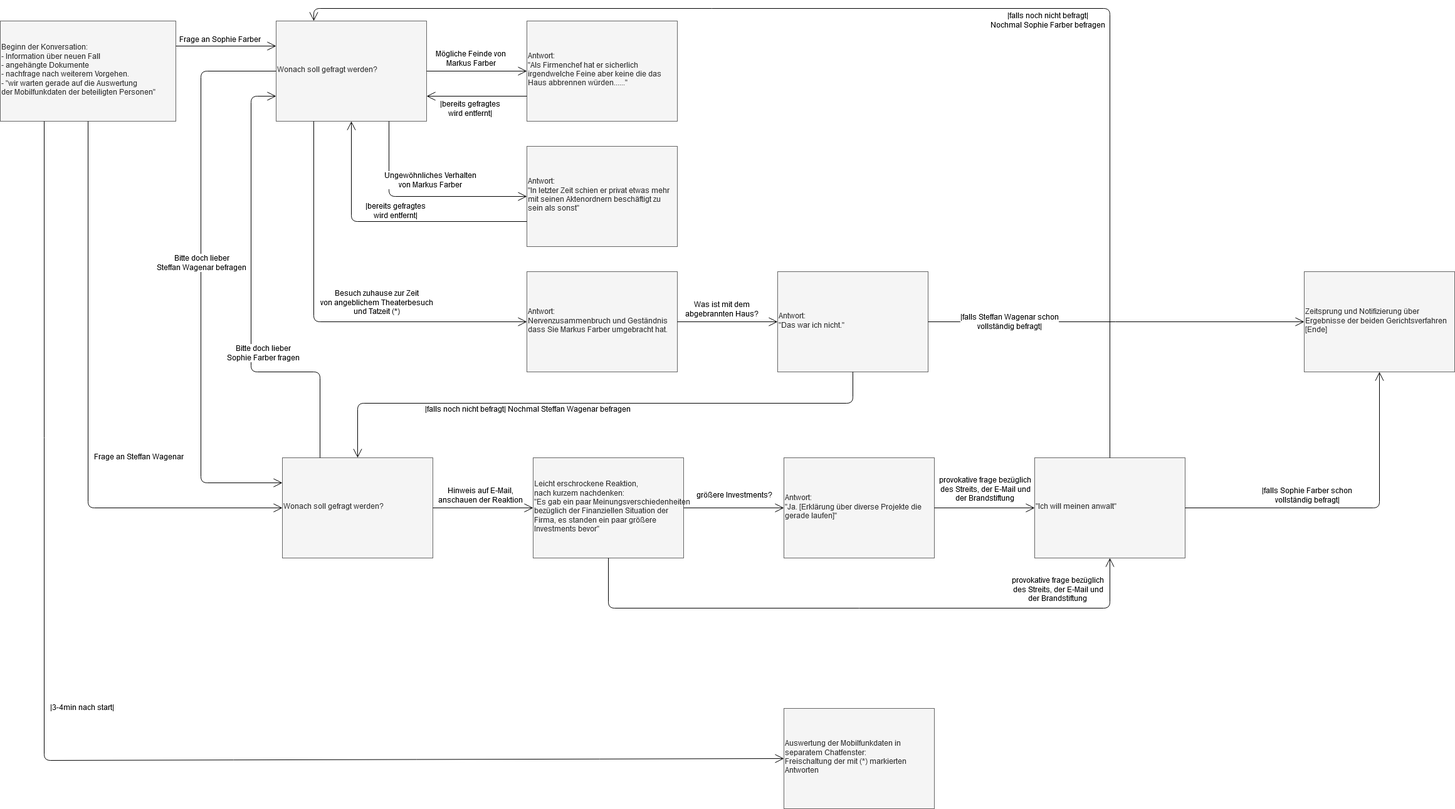
Before: Detektivstory Entscheidungsbaum.png, a diagram exported from draw.io (J2T2B/Componentware). Source tidied: cells renumbered, new cells last; positions are measured from the earlier drawing's top-left corner, leaving out a move shared by most shapes. The source it was exported from:
```xml
<mxGraphModel>
  <root>
    <mxCell id="0" />
    <mxCell id="1" parent="0" />
    <mxCell id="2" value="&lt;div align=&quot;left&quot;&gt;Beginn der Konversation:&lt;/div&gt;&lt;div align=&quot;left&quot;&gt;- Information über neuen Fall&lt;/div&gt;&lt;div align=&quot;left&quot;&gt;- angehängte Dokumente&lt;/div&gt;&lt;div align=&quot;left&quot;&gt;- nachfrage nach weiterem Vorgehen.&lt;/div&gt;&lt;div align=&quot;left&quot;&gt;- &quot;wir warten gerade auf die Auswertung&lt;/div&gt;&lt;div align=&quot;left&quot;&gt;der Mobilfunkdaten der beteiligten Personen&quot;&lt;br&gt;&lt;/div&gt;" style="html=1;shadow=0;align=left;fillColor=#f5f5f5;strokeColor=#666666;fontColor=#333333;" parent="1" vertex="1">
      <mxGeometry y="20" width="280" height="160" as="geometry" />
    </mxCell>
    <mxCell id="3" value="Wonach soll gefragt werden?" style="html=1;shadow=0;align=left;fillColor=#f5f5f5;strokeColor=#666666;fontColor=#333333;" parent="1" vertex="1">
      <mxGeometry x="440" y="20" width="240" height="160" as="geometry" />
    </mxCell>
    <mxCell id="4" style="endArrow=open;endFill=1;endSize=12;html=1;exitX=1;exitY=0.25;exitDx=0;exitDy=0;entryX=0;entryY=0.25;entryDx=0;entryDy=0;" parent="1" edge="1" source="2" target="3">
      <mxGeometry relative="1" as="geometry" />
    </mxCell>
    <mxCell id="5" value="&lt;div&gt;Frage an Sophie Farber&lt;br&gt;&lt;/div&gt;" style="text;html=1;align=center;verticalAlign=middle;labelBackgroundColor=#ffffff;" parent="4" vertex="1">
      <mxGeometry x="-0.33" relative="1" as="geometry">
        <mxPoint x="16" y="-10" as="offset" />
      </mxGeometry>
    </mxCell>
    <mxCell id="6" value="Wonach soll gefragt werden?" style="html=1;shadow=0;align=left;fillColor=#f5f5f5;strokeColor=#666666;fontColor=#333333;" parent="1" vertex="1">
      <mxGeometry x="450" y="717" width="240" height="160" as="geometry" />
    </mxCell>
    <mxCell id="7" style="endArrow=open;endFill=1;endSize=12;html=1;exitX=0.5;exitY=1;exitDx=0;exitDy=0;entryX=0;entryY=0.5;entryDx=0;entryDy=0;" parent="1" edge="1" source="2" target="6">
      <mxGeometry relative="1" as="geometry">
        <Array as="points">
          <mxPoint x="140" y="797" />
        </Array>
      </mxGeometry>
    </mxCell>
    <mxCell id="8" value="&lt;div&gt;Frage an Steffan Wagenar&lt;br&gt;&lt;/div&gt;" style="text;html=1;align=center;verticalAlign=middle;labelBackgroundColor=#ffffff;" parent="7" vertex="1">
      <mxGeometry x="-0.33" relative="1" as="geometry">
        <mxPoint x="80" y="223.5" as="offset" />
      </mxGeometry>
    </mxCell>
    <mxCell id="9" value="&lt;div&gt;Antwort:&lt;/div&gt;&lt;div&gt;&quot;Als Firmenchef hat er sicherlich&lt;/div&gt;&lt;div&gt;irgendwelche Feine aber keine die das&lt;/div&gt;&lt;div&gt;Haus abbrennen würden......&quot;&lt;br&gt;&lt;/div&gt;" style="html=1;shadow=0;align=left;fillColor=#f5f5f5;strokeColor=#666666;fontColor=#333333;" parent="1" vertex="1">
      <mxGeometry x="840" y="20" width="240" height="160" as="geometry" />
    </mxCell>
    <mxCell id="10" style="endArrow=open;endFill=1;endSize=12;html=1;entryX=0;entryY=0.5;entryDx=0;entryDy=0;exitX=1;exitY=0.5;exitDx=0;exitDy=0;" parent="1" edge="1" source="3" target="9">
      <mxGeometry relative="1" as="geometry" />
    </mxCell>
    <mxCell id="11" value="&lt;div&gt;Mögliche Feinde von&lt;/div&gt;&lt;div&gt;Markus Farber&lt;/div&gt;" style="text;html=1;align=center;verticalAlign=middle;labelBackgroundColor=#ffffff;" parent="10" vertex="1">
      <mxGeometry x="-0.33" relative="1" as="geometry">
        <mxPoint x="16" y="-20" as="offset" />
      </mxGeometry>
    </mxCell>
    <mxCell id="12" style="endArrow=open;endFill=1;endSize=12;html=1;exitX=0.75;exitY=1;exitDx=0;exitDy=0;entryX=0;entryY=0.5;entryDx=0;entryDy=0;" parent="1" edge="1" source="3" target="14">
      <mxGeometry relative="1" as="geometry">
        <Array as="points">
          <mxPoint x="620" y="300" />
        </Array>
      </mxGeometry>
    </mxCell>
    <mxCell id="13" value="&lt;div&gt;Ungewöhnliches Verhalten&lt;/div&gt;&lt;div&gt;von Markus Farber&lt;/div&gt;" style="text;html=1;align=center;verticalAlign=middle;labelBackgroundColor=#ffffff;" parent="12" vertex="1">
      <mxGeometry x="-0.33" relative="1" as="geometry">
        <mxPoint x="65" y="-20" as="offset" />
      </mxGeometry>
    </mxCell>
    <mxCell id="14" value="&lt;div&gt;Antwort:&lt;/div&gt;&lt;div&gt;&quot;In letzter Zeit schien er privat etwas mehr&lt;/div&gt;&lt;div&gt;mit seinen Aktenordnern beschäftigt zu&lt;/div&gt;&lt;div&gt;sein als sonst&quot;&lt;br&gt;&lt;/div&gt;" style="html=1;shadow=0;align=left;fillColor=#f5f5f5;strokeColor=#666666;fontColor=#333333;" parent="1" vertex="1">
      <mxGeometry x="840" y="220" width="240" height="160" as="geometry" />
    </mxCell>
    <mxCell id="15" value="&lt;div&gt;Leicht erschrockene Reaktion,&lt;/div&gt;&lt;div&gt;nach kurzem nachdenken:&lt;br&gt;&lt;/div&gt;&lt;div&gt;&quot;Es gab ein paar Meinungsverschiedenheiten&lt;/div&gt;&lt;div&gt;bezüglich der Finanziellen Situation der&lt;/div&gt;&lt;div&gt;Firma, es standen ein paar größere&lt;/div&gt;&lt;div&gt;Investments bevor&quot;&lt;br&gt;&lt;/div&gt;" style="html=1;shadow=0;align=left;fillColor=#f5f5f5;strokeColor=#666666;fontColor=#333333;" parent="1" vertex="1">
      <mxGeometry x="850" y="717" width="240" height="160" as="geometry" />
    </mxCell>
    <mxCell id="16" style="endArrow=open;endFill=1;endSize=12;html=1;exitX=1;exitY=0.5;exitDx=0;exitDy=0;entryX=0;entryY=0.5;entryDx=0;entryDy=0;" parent="1" edge="1" source="6" target="15">
      <mxGeometry relative="1" as="geometry" />
    </mxCell>
    <mxCell id="17" value="&lt;div&gt;Hinweis auf E-Mail,&lt;/div&gt;&lt;div&gt;anschauen der Reaktion&lt;br&gt;&lt;/div&gt;" style="text;html=1;align=center;verticalAlign=middle;labelBackgroundColor=#ffffff;" parent="16" vertex="1">
      <mxGeometry x="-0.33" relative="1" as="geometry">
        <mxPoint x="21" y="-20" as="offset" />
      </mxGeometry>
    </mxCell>
    <mxCell id="18" value="&lt;div&gt;Auswertung der Mobilfunkdaten in&lt;/div&gt;&lt;div&gt;separatem Chatfenster:&lt;/div&gt;&lt;div&gt;Freischaltung der mit (*) markierten&lt;/div&gt;&lt;div&gt;Antworten&lt;br&gt;&lt;/div&gt;" style="html=1;shadow=0;align=left;fillColor=#f5f5f5;strokeColor=#666666;fontColor=#333333;" parent="1" vertex="1">
      <mxGeometry x="1250" y="1117" width="240" height="160" as="geometry" />
    </mxCell>
    <mxCell id="19" style="endArrow=open;endFill=1;endSize=12;html=1;exitX=0.25;exitY=1;exitDx=0;exitDy=0;entryX=0;entryY=0.5;entryDx=0;entryDy=0;" parent="1" edge="1" source="2" target="18">
      <mxGeometry relative="1" as="geometry">
        <Array as="points">
          <mxPoint x="70" y="1200" />
        </Array>
      </mxGeometry>
    </mxCell>
    <mxCell id="20" value="|3-4min nach start|" style="text;html=1;align=center;verticalAlign=middle;labelBackgroundColor=#ffffff;" parent="19" vertex="1">
      <mxGeometry x="-0.33" relative="1" as="geometry">
        <mxPoint x="60" y="194" as="offset" />
      </mxGeometry>
    </mxCell>
    <mxCell id="21" style="endArrow=open;endFill=1;endSize=12;html=1;entryX=1;entryY=0.75;entryDx=0;entryDy=0;exitX=0;exitY=0.75;exitDx=0;exitDy=0;" parent="1" edge="1" source="9" target="3">
      <mxGeometry relative="1" as="geometry" />
    </mxCell>
    <mxCell id="22" value="&lt;div&gt;|bereits gefragtes&lt;/div&gt;&lt;div&gt;wird entfernt|&lt;/div&gt;" style="text;html=1;align=center;verticalAlign=middle;labelBackgroundColor=#ffffff;" parent="21" vertex="1">
      <mxGeometry x="0.41" y="1" relative="1" as="geometry">
        <mxPoint x="23" y="19" as="offset" />
      </mxGeometry>
    </mxCell>
    <mxCell id="23" style="endArrow=open;endFill=1;endSize=12;html=1;entryX=0.5;entryY=1;entryDx=0;entryDy=0;exitX=0;exitY=0.75;exitDx=0;exitDy=0;" parent="1" edge="1" source="14" target="3">
      <mxGeometry relative="1" as="geometry">
        <Array as="points">
          <mxPoint x="560" y="340" />
        </Array>
      </mxGeometry>
    </mxCell>
    <mxCell id="24" value="&lt;div&gt;|bereits gefragtes&lt;/div&gt;&lt;div&gt;wird entfernt|&lt;/div&gt;" style="text;html=1;align=center;verticalAlign=middle;labelBackgroundColor=#ffffff;" parent="23" vertex="1">
      <mxGeometry x="0.41" y="1" relative="1" as="geometry">
        <mxPoint x="71" y="13" as="offset" />
      </mxGeometry>
    </mxCell>
    <mxCell id="25" value="&lt;div&gt;Antwort:&lt;/div&gt;&lt;div&gt;Nervenzusammenbruch und Geständnis&lt;/div&gt;&lt;div&gt;dass Sie Markus Farber umgebracht hat.&lt;br&gt;&lt;/div&gt;" style="html=1;shadow=0;align=left;fillColor=#f5f5f5;strokeColor=#666666;fontColor=#333333;" parent="1" vertex="1">
      <mxGeometry x="840" y="420" width="240" height="160" as="geometry" />
    </mxCell>
    <mxCell id="26" style="endArrow=open;endFill=1;endSize=12;html=1;exitX=0.25;exitY=1;exitDx=0;exitDy=0;entryX=0;entryY=0.5;entryDx=0;entryDy=0;" parent="1" edge="1" source="3" target="25">
      <mxGeometry relative="1" as="geometry">
        <Array as="points">
          <mxPoint x="500" y="500" />
        </Array>
      </mxGeometry>
    </mxCell>
    <mxCell id="27" value="&lt;div&gt;Besuch zuhause zur Zeit&lt;/div&gt;&lt;div&gt;von angeblichem Theaterbesuch&lt;/div&gt;&lt;div&gt;und Tatzeit (*)&lt;br&gt;&lt;/div&gt;" style="text;html=1;align=center;verticalAlign=middle;labelBackgroundColor=#ffffff;" parent="26" vertex="1">
      <mxGeometry x="-0.33" relative="1" as="geometry">
        <mxPoint x="100" y="67.5" as="offset" />
      </mxGeometry>
    </mxCell>
    <mxCell id="28" style="endArrow=open;endFill=1;endSize=12;html=1;exitX=0;exitY=0.5;exitDx=0;exitDy=0;entryX=0;entryY=0.25;entryDx=0;entryDy=0;" parent="1" edge="1" source="3" target="6">
      <mxGeometry relative="1" as="geometry">
        <Array as="points">
          <mxPoint x="320" y="100" />
          <mxPoint x="320" y="757" />
        </Array>
      </mxGeometry>
    </mxCell>
    <mxCell id="29" value="&lt;div&gt;Bitte doch lieber&lt;/div&gt;&lt;div&gt;Steffan Wagenar befragen&lt;/div&gt;" style="text;html=1;align=center;verticalAlign=middle;labelBackgroundColor=#ffffff;" parent="28" vertex="1">
      <mxGeometry x="-0.33" relative="1" as="geometry">
        <mxPoint y="120" as="offset" />
      </mxGeometry>
    </mxCell>
    <mxCell id="30" style="endArrow=open;endFill=1;endSize=12;html=1;exitX=0.25;exitY=0;exitDx=0;exitDy=0;entryX=0;entryY=0.75;entryDx=0;entryDy=0;" parent="1" edge="1" source="6" target="3">
      <mxGeometry relative="1" as="geometry">
        <Array as="points">
          <mxPoint x="510" y="580" />
          <mxPoint x="400" y="580" />
          <mxPoint x="400" y="140" />
        </Array>
      </mxGeometry>
    </mxCell>
    <mxCell id="31" value="&lt;div&gt;Bitte doch lieber&lt;/div&gt;&lt;div&gt;Sophie Farber fragen&lt;br&gt;&lt;/div&gt;" style="text;html=1;align=center;verticalAlign=middle;labelBackgroundColor=#ffffff;" parent="30" vertex="1">
      <mxGeometry x="-0.33" relative="1" as="geometry">
        <mxPoint x="18" y="-30" as="offset" />
      </mxGeometry>
    </mxCell>
    <mxCell id="32" style="endArrow=open;endFill=1;endSize=12;html=1;exitX=1;exitY=0.5;exitDx=0;exitDy=0;entryX=0;entryY=0.5;entryDx=0;entryDy=0;" parent="1" edge="1" source="25" target="34">
      <mxGeometry relative="1" as="geometry" />
    </mxCell>
    <mxCell id="33" value="&lt;div&gt;Was ist mit dem&lt;/div&gt;&lt;div&gt;abgebrannten Haus?&lt;br&gt;&lt;/div&gt;" style="text;html=1;align=center;verticalAlign=middle;labelBackgroundColor=#ffffff;" parent="32" vertex="1">
      <mxGeometry x="-0.33" relative="1" as="geometry">
        <mxPoint x="16" y="-20" as="offset" />
      </mxGeometry>
    </mxCell>
    <mxCell id="34" value="&lt;div&gt;Antwort:&lt;/div&gt;&lt;div&gt;&quot;Das war ich nicht.&quot;&lt;br&gt;&lt;/div&gt;" style="html=1;shadow=0;align=left;fillColor=#f5f5f5;strokeColor=#666666;fontColor=#333333;" parent="1" vertex="1">
      <mxGeometry x="1240" y="420" width="240" height="160" as="geometry" />
    </mxCell>
    <mxCell id="35" style="endArrow=open;endFill=1;endSize=12;html=1;exitX=0.5;exitY=1;exitDx=0;exitDy=0;entryX=0.5;entryY=0;entryDx=0;entryDy=0;" parent="1" edge="1" source="34" target="6">
      <mxGeometry relative="1" as="geometry">
        <Array as="points">
          <mxPoint x="1360" y="630" />
          <mxPoint x="570" y="630" />
        </Array>
      </mxGeometry>
    </mxCell>
    <mxCell id="36" value="|falls noch nicht befragt| Nochmal Steffan Wagenar befragen" style="text;html=1;align=center;verticalAlign=middle;labelBackgroundColor=#ffffff;" parent="35" vertex="1">
      <mxGeometry x="-0.33" relative="1" as="geometry">
        <mxPoint x="-257" y="10" as="offset" />
      </mxGeometry>
    </mxCell>
    <mxCell id="37" style="endArrow=open;endFill=1;endSize=12;html=1;exitX=1;exitY=0.5;exitDx=0;exitDy=0;entryX=0;entryY=0.5;entryDx=0;entryDy=0;" parent="1" edge="1" source="15" target="39">
      <mxGeometry relative="1" as="geometry" />
    </mxCell>
    <mxCell id="38" value="größere Investments?" style="text;html=1;align=center;verticalAlign=middle;labelBackgroundColor=#ffffff;" parent="37" vertex="1">
      <mxGeometry x="-0.33" relative="1" as="geometry">
        <mxPoint x="26" y="-20" as="offset" />
      </mxGeometry>
    </mxCell>
    <mxCell id="39" value="&lt;div&gt;Antwort:&lt;/div&gt;&lt;div&gt;&quot;Ja. [Erklärung über diverse Projekte die&lt;/div&gt;&lt;div&gt;gerade laufen]&quot;&lt;br&gt;&lt;/div&gt;" style="html=1;shadow=0;align=left;fillColor=#f5f5f5;strokeColor=#666666;fontColor=#333333;" parent="1" vertex="1">
      <mxGeometry x="1250" y="717" width="240" height="160" as="geometry" />
    </mxCell>
    <mxCell id="40" value="&quot;Ich will meinen anwalt&quot;" style="html=1;shadow=0;align=left;fillColor=#f5f5f5;strokeColor=#666666;fontColor=#333333;" parent="1" vertex="1">
      <mxGeometry x="1650" y="717" width="240" height="160" as="geometry" />
    </mxCell>
    <mxCell id="41" style="endArrow=open;endFill=1;endSize=12;html=1;exitX=1;exitY=0.5;exitDx=0;exitDy=0;entryX=0;entryY=0.5;entryDx=0;entryDy=0;" parent="1" edge="1" source="39" target="40">
      <mxGeometry relative="1" as="geometry" />
    </mxCell>
    <mxCell id="42" value="&lt;div&gt;provokative frage bezüglich&lt;/div&gt;&lt;div&gt;des Streits, der E-Mail und&lt;/div&gt;&lt;div&gt;der Brandstiftung&lt;br&gt;&lt;/div&gt;" style="text;html=1;align=center;verticalAlign=middle;labelBackgroundColor=#ffffff;" parent="41" vertex="1">
      <mxGeometry x="-0.33" relative="1" as="geometry">
        <mxPoint x="26" y="-30" as="offset" />
      </mxGeometry>
    </mxCell>
    <mxCell id="43" style="endArrow=open;endFill=1;endSize=12;html=1;exitX=0.5;exitY=1;exitDx=0;exitDy=0;entryX=0.5;entryY=1;entryDx=0;entryDy=0;" parent="1" edge="1" source="15" target="40">
      <mxGeometry relative="1" as="geometry">
        <Array as="points">
          <mxPoint x="970" y="957" />
          <mxPoint x="1770" y="957" />
        </Array>
      </mxGeometry>
    </mxCell>
    <mxCell id="44" value="&lt;div&gt;provokative frage bezüglich&lt;/div&gt;&lt;div&gt;des Streits, der E-Mail und&lt;/div&gt;&lt;div&gt;der Brandstiftung&lt;br&gt;&lt;/div&gt;" style="text;html=1;align=center;verticalAlign=middle;labelBackgroundColor=#ffffff;" parent="1" vertex="1">
      <mxGeometry x="1660" y="957" as="geometry">
        <mxPoint x="26" y="-30" as="offset" />
      </mxGeometry>
    </mxCell>
    <mxCell id="45" style="endArrow=open;endFill=1;endSize=12;html=1;exitX=0.5;exitY=0;exitDx=0;exitDy=0;entryX=0.25;entryY=0;entryDx=0;entryDy=0;" parent="1" edge="1" source="40" target="3">
      <mxGeometry relative="1" as="geometry">
        <Array as="points">
          <mxPoint x="1770" />
          <mxPoint x="500" />
        </Array>
      </mxGeometry>
    </mxCell>
    <mxCell id="46" value="&lt;div&gt;|falls noch nicht befragt|&lt;/div&gt;&lt;div&gt;Nochmal Sophie Farber befragen&lt;/div&gt;" style="text;html=1;align=center;verticalAlign=middle;labelBackgroundColor=#ffffff;" parent="45" vertex="1">
      <mxGeometry x="-0.33" relative="1" as="geometry">
        <mxPoint x="-100" y="-19.5" as="offset" />
      </mxGeometry>
    </mxCell>
    <mxCell id="47" style="endArrow=open;endFill=1;endSize=12;html=1;exitX=1;exitY=0.5;exitDx=0;exitDy=0;entryX=0;entryY=0.5;entryDx=0;entryDy=0;" parent="1" edge="1" source="34" target="51">
      <mxGeometry relative="1" as="geometry" />
    </mxCell>
    <mxCell id="48" value="&lt;div&gt;|falls Steffan Wagenar schon&lt;/div&gt;&lt;div&gt;vollständig befragt|&lt;/div&gt;" style="text;html=1;align=center;verticalAlign=middle;labelBackgroundColor=#ffffff;" parent="47" vertex="1">
      <mxGeometry x="-0.33" relative="1" as="geometry">
        <mxPoint x="-73" as="offset" />
      </mxGeometry>
    </mxCell>
    <mxCell id="49" style="endArrow=open;endFill=1;endSize=12;html=1;exitX=1;exitY=0.5;exitDx=0;exitDy=0;entryX=0.5;entryY=1;entryDx=0;entryDy=0;" parent="1" edge="1" source="40" target="51">
      <mxGeometry relative="1" as="geometry">
        <Array as="points">
          <mxPoint x="2200" y="797" />
        </Array>
      </mxGeometry>
    </mxCell>
    <mxCell id="50" value="&lt;div&gt;|falls Sophie Farber schon&lt;/div&gt;&lt;div&gt;vollständig befragt|&lt;/div&gt;" style="text;html=1;align=center;verticalAlign=middle;labelBackgroundColor=#ffffff;" parent="49" vertex="1">
      <mxGeometry x="-0.33" relative="1" as="geometry">
        <mxPoint x="16" y="-20" as="offset" />
      </mxGeometry>
    </mxCell>
    <mxCell id="51" value="&lt;div&gt;Zeitsprung und Notifizierung über&lt;/div&gt;&lt;div&gt;Ergebnisse der beiden Gerichtsverfahren&lt;/div&gt;&lt;div&gt;[Ende]&lt;br&gt;&lt;/div&gt;" style="html=1;shadow=0;align=left;fillColor=#f5f5f5;strokeColor=#666666;fontColor=#333333;" parent="1" vertex="1">
      <mxGeometry x="2080" y="420" width="240" height="160" as="geometry" />
    </mxCell>
  </root>
</mxGraphModel>
```
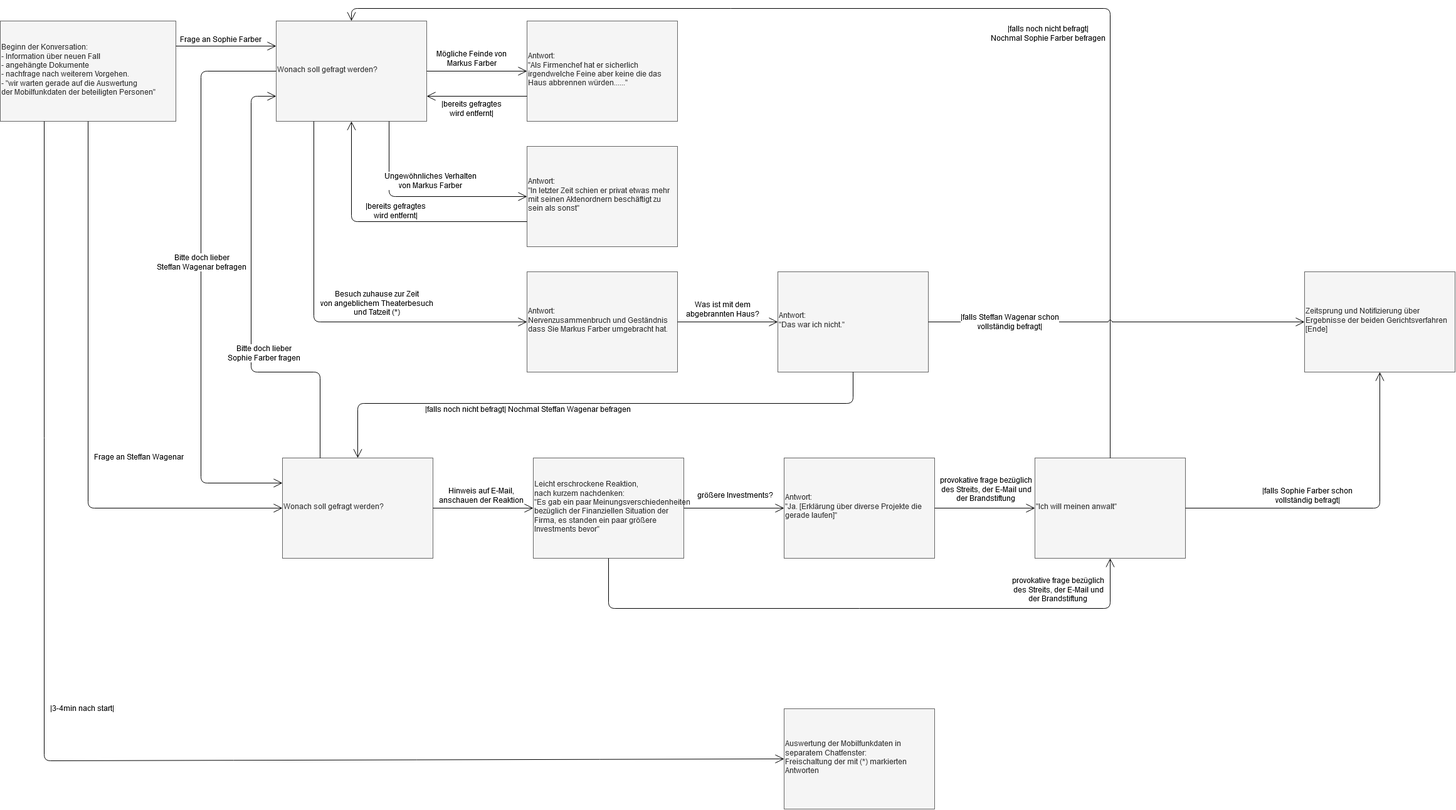
The same file after the commit.

The edit, as a diff of the source:
```diff
@@ -204,11 +204,11 @@
         <mxPoint x="26" y="-30" as="offset" />
       </mxGeometry>
     </mxCell>
-    <mxCell id="45" style="endArrow=open;endFill=1;endSize=12;html=1;exitX=0.5;exitY=0;exitDx=0;exitDy=0;entryX=0.25;entryY=0;entryDx=0;entryDy=0;" parent="1" edge="1" source="40" target="3">
+    <mxCell id="45" style="endArrow=open;endFill=1;endSize=12;html=1;exitX=0.5;exitY=0;exitDx=0;exitDy=0;entryX=0.5;entryY=0;entryDx=0;entryDy=0;jumpStyle=arc;" parent="1" edge="1" source="40" target="3">
       <mxGeometry relative="1" as="geometry">
         <Array as="points">
           <mxPoint x="1770" />
-          <mxPoint x="500" />
+          <mxPoint x="560" />
         </Array>
       </mxGeometry>
     </mxCell>
@@ -217,7 +217,7 @@
         <mxPoint x="-100" y="-19.5" as="offset" />
       </mxGeometry>
     </mxCell>
-    <mxCell id="47" style="endArrow=open;endFill=1;endSize=12;html=1;exitX=1;exitY=0.5;exitDx=0;exitDy=0;entryX=0;entryY=0.5;entryDx=0;entryDy=0;" parent="1" edge="1" source="34" target="51">
+    <mxCell id="47" style="endArrow=open;endFill=1;endSize=12;html=1;exitX=1;exitY=0.5;exitDx=0;exitDy=0;entryX=0;entryY=0.5;entryDx=0;entryDy=0;jumpStyle=arc;" parent="1" edge="1" source="34" target="51">
       <mxGeometry relative="1" as="geometry" />
     </mxCell>
     <mxCell id="48" value="&lt;div&gt;|falls Steffan Wagenar schon&lt;/div&gt;&lt;div&gt;vollständig befragt|&lt;/div&gt;" style="text;html=1;align=center;verticalAlign=middle;labelBackgroundColor=#ffffff;" parent="47" vertex="1">
```
